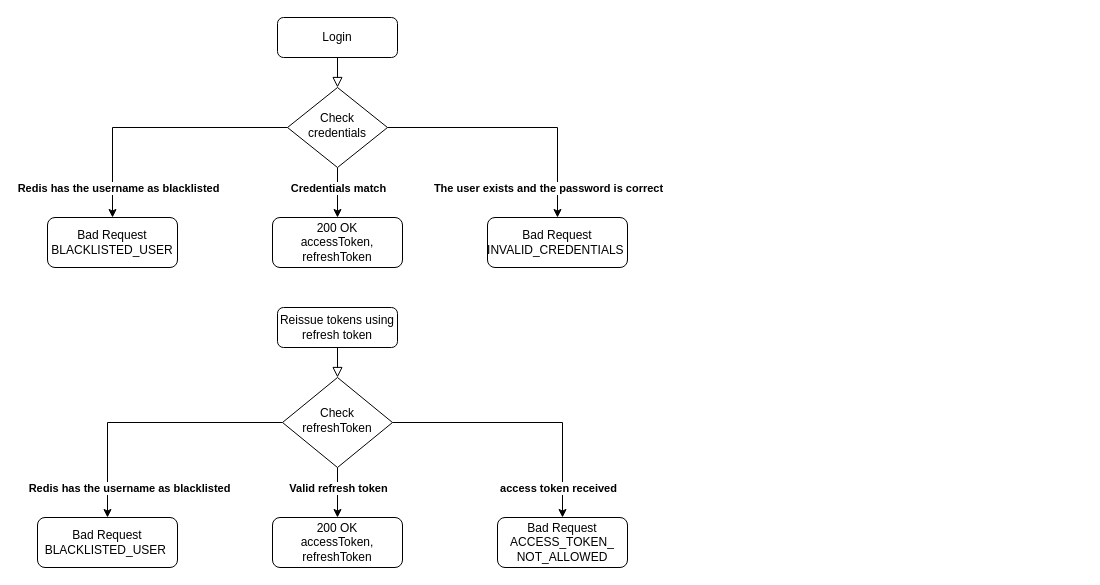
Above: Architecture/login_flow.drawio in vacu9708/Shopping-mall (draw.io), before the change. Source tidied: cells renumbered, new cells numbered last; positions are measured from the earlier drawing's top-left corner, leaving out a move shared by most shapes. Both pictures are drawn from the tidied source at 100%, with x=0, y=0 at pixel (37, 17).
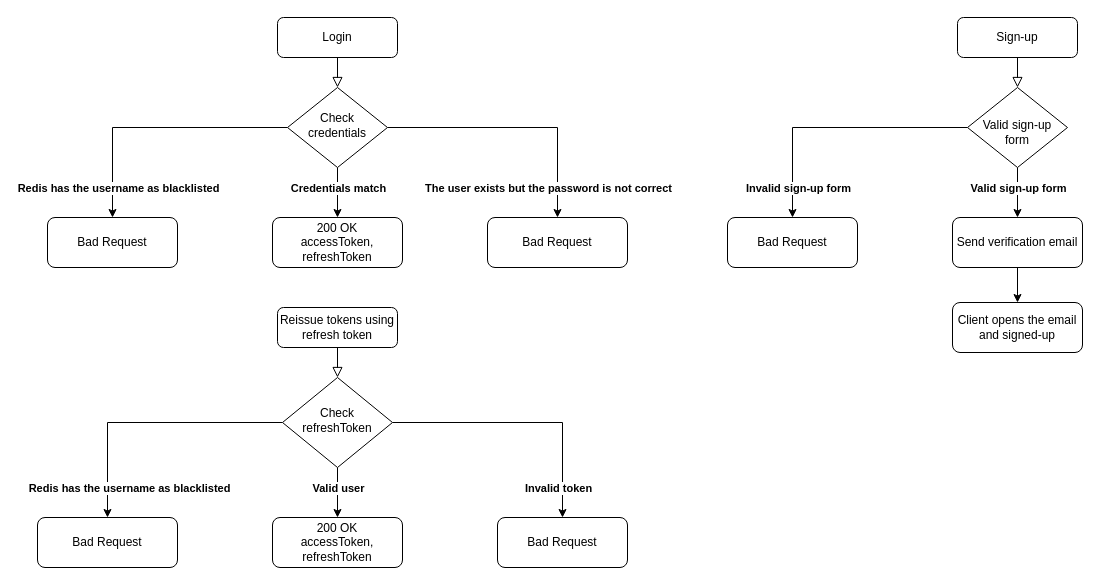
The same page after the edit.

The change refers to these unchanged cells:
```xml
<mxCell id="6" style="edgeStyle=orthogonalEdgeStyle;rounded=0;jettySize=auto;html=1;entryX=0.5;entryY=0;entryDx=0;entryDy=0;" parent="1" edge="1" source="10" target="12">
  <mxGeometry relative="1" as="geometry" />
</mxCell>
<mxCell id="16" style="edgeStyle=orthogonalEdgeStyle;rounded=0;jettySize=auto;html=1;entryX=0.5;entryY=0;entryDx=0;entryDy=0;" parent="1" edge="1" source="22" target="23">
  <mxGeometry relative="1" as="geometry" />
</mxCell>
<mxCell id="20" style="edgeStyle=orthogonalEdgeStyle;rounded=0;jettySize=auto;html=1;entryX=0.5;entryY=0;entryDx=0;entryDy=0;" parent="1" edge="1" source="22" target="25">
  <mxGeometry relative="1" as="geometry" />
</mxCell>
```

What changed in the source:
```diff
@@
-    <mxCell id="7" value="&lt;b&gt;The user exists and the password is correct&lt;/b&gt;" style="edgeLabel;html=1;align=center;verticalAlign=middle;" parent="6" vertex="1">
+    <mxCell id="7" value="&lt;b&gt;The user exists but the password is not correct&lt;/b&gt;" style="edgeLabel;html=1;align=center;verticalAlign=middle;" parent="6" vertex="1">
       <mxGeometry x="-0.15" y="-3" relative="1" as="geometry">
         <mxPoint x="49" y="57" as="offset" />
       </mxGeometry>
     </mxCell>
@@
-    <mxCell id="11" value="Bad Request BLACKLISTED_USER" style="rounded=1;whiteSpace=wrap;html=1;fontSize=12;glass=0;strokeWidth=1;shadow=0;" parent="1" vertex="1">
+    <mxCell id="11" value="Bad Request" style="rounded=1;whiteSpace=wrap;html=1;fontSize=12;glass=0;strokeWidth=1;shadow=0;" parent="1" vertex="1">
       <mxGeometry x="10" y="200" width="130" height="50" as="geometry" />
     </mxCell>
-    <mxCell id="12" value="Bad Request&lt;br&gt;INVALID_CREDENTIALS&amp;nbsp;" style="rounded=1;whiteSpace=wrap;html=1;fontSize=12;glass=0;strokeWidth=1;shadow=0;" parent="1" vertex="1">
+    <mxCell id="12" value="Bad Request" style="rounded=1;whiteSpace=wrap;html=1;fontSize=12;glass=0;strokeWidth=1;shadow=0;" parent="1" vertex="1">
       <mxGeometry x="450" y="200" width="140" height="50" as="geometry" />
     </mxCell>
@@
-    <mxCell id="17" value="&lt;b&gt;access token received&lt;/b&gt;" style="edgeLabel;html=1;align=center;verticalAlign=middle;" parent="16" vertex="1">
+    <mxCell id="17" value="&lt;b&gt;Invalid token&lt;/b&gt;" style="edgeLabel;html=1;align=center;verticalAlign=middle;" parent="16" vertex="1">
       <mxGeometry x="-0.4" y="1" relative="1" as="geometry">
         <mxPoint x="85" y="66" as="offset" />
       </mxGeometry>
     </mxCell>
@@
-    <mxCell id="21" value="&lt;b&gt;Valid refresh token&lt;/b&gt;" style="edgeLabel;html=1;align=center;verticalAlign=middle;" parent="20" vertex="1">
+    <mxCell id="21" value="&lt;b&gt;Valid user&lt;/b&gt;" style="edgeLabel;html=1;align=center;verticalAlign=middle;" parent="20" vertex="1">
       <mxGeometry x="-0.44" y="-2" relative="1" as="geometry">
         <mxPoint x="2" y="6" as="offset" />
       </mxGeometry>
     </mxCell>
@@
-    <mxCell id="23" value="Bad Request&lt;br&gt;ACCESS_TOKEN_&lt;br&gt;NOT_ALLOWED" style="rounded=1;whiteSpace=wrap;html=1;fontSize=12;glass=0;strokeWidth=1;shadow=0;" parent="1" vertex="1">
+    <mxCell id="23" value="Bad Request" style="rounded=1;whiteSpace=wrap;html=1;fontSize=12;glass=0;strokeWidth=1;shadow=0;" parent="1" vertex="1">
       <mxGeometry x="460" y="500" width="130" height="50" as="geometry" />
     </mxCell>
-    <mxCell id="24" value="Bad Request&lt;br&gt;BLACKLISTED_USER&amp;nbsp;" style="rounded=1;whiteSpace=wrap;html=1;fontSize=12;glass=0;strokeWidth=1;shadow=0;" parent="1" vertex="1">
+    <mxCell id="24" value="Bad Request" style="rounded=1;whiteSpace=wrap;html=1;fontSize=12;glass=0;strokeWidth=1;shadow=0;" parent="1" vertex="1">
       <mxGeometry y="500" width="140" height="50" as="geometry" />
     </mxCell>
@@
+    <mxCell id="26" style="rounded=0;html=1;jettySize=auto;fontSize=11;endArrow=block;endFill=0;endSize=8;strokeWidth=1;shadow=0;labelBackgroundColor=none;edgeStyle=orthogonalEdgeStyle;" parent="1" edge="1" source="27" target="32">
+      <mxGeometry relative="1" as="geometry" />
+    </mxCell>
+    <mxCell id="27" value="Sign-up" style="rounded=1;whiteSpace=wrap;html=1;fontSize=12;glass=0;strokeWidth=1;shadow=0;" parent="1" vertex="1">
+      <mxGeometry x="920" width="120" height="40" as="geometry" />
+    </mxCell>
+    <mxCell id="28" style="edgeStyle=orthogonalEdgeStyle;rounded=0;jettySize=auto;html=1;entryX=0.5;entryY=0;entryDx=0;entryDy=0;" parent="1" edge="1" source="32" target="33">
+      <mxGeometry relative="1" as="geometry" />
+    </mxCell>
+    <mxCell id="29" value="&lt;b&gt;Invalid sign-up form&lt;/b&gt;" style="edgeLabel;html=1;align=center;verticalAlign=middle;" parent="28" vertex="1">
+      <mxGeometry x="-0.4" y="1" relative="1" as="geometry">
+        <mxPoint x="-90" y="59" as="offset" />
+      </mxGeometry>
+    </mxCell>
+    <mxCell id="30" style="edgeStyle=orthogonalEdgeStyle;rounded=0;jettySize=auto;html=1;entryX=0.5;entryY=0;entryDx=0;entryDy=0;" parent="1" edge="1" source="32" target="35">
+      <mxGeometry relative="1" as="geometry" />
+    </mxCell>
+    <mxCell id="31" value="&lt;b&gt;Valid sign-up form&lt;br&gt;&lt;/b&gt;" style="edgeLabel;html=1;align=center;verticalAlign=middle;" parent="30" vertex="1">
+      <mxGeometry x="-0.44" y="-2" relative="1" as="geometry">
+        <mxPoint x="2" y="6" as="offset" />
+      </mxGeometry>
+    </mxCell>
+    <mxCell id="32" value="&lt;br&gt;Valid sign-up&lt;br&gt;form" style="rhombus;whiteSpace=wrap;html=1;shadow=0;fontFamily=Helvetica;fontSize=12;align=center;strokeWidth=1;spacing=6;spacingTop=-4;" parent="1" vertex="1">
+      <mxGeometry x="930" y="70" width="100" height="80" as="geometry" />
+    </mxCell>
+    <mxCell id="33" value="Bad Request" style="rounded=1;whiteSpace=wrap;html=1;fontSize=12;glass=0;strokeWidth=1;shadow=0;" parent="1" vertex="1">
+      <mxGeometry x="690" y="200" width="130" height="50" as="geometry" />
+    </mxCell>
+    <mxCell id="34" style="edgeStyle=orthogonalEdgeStyle;rounded=0;jettySize=auto;html=1;entryX=0.5;entryY=0;entryDx=0;entryDy=0;" parent="1" edge="1" source="35" target="36">
+      <mxGeometry relative="1" as="geometry" />
+    </mxCell>
+    <mxCell id="35" value="Send verification email" style="rounded=1;whiteSpace=wrap;html=1;fontSize=12;glass=0;strokeWidth=1;shadow=0;" parent="1" vertex="1">
+      <mxGeometry x="915" y="200" width="130" height="50" as="geometry" />
+    </mxCell>
+    <mxCell id="36" value="Client opens the email and signed-up" style="rounded=1;whiteSpace=wrap;html=1;fontSize=12;glass=0;strokeWidth=1;shadow=0;" parent="1" vertex="1">
+      <mxGeometry x="915" y="285" width="130" height="50" as="geometry" />
+    </mxCell>
```
